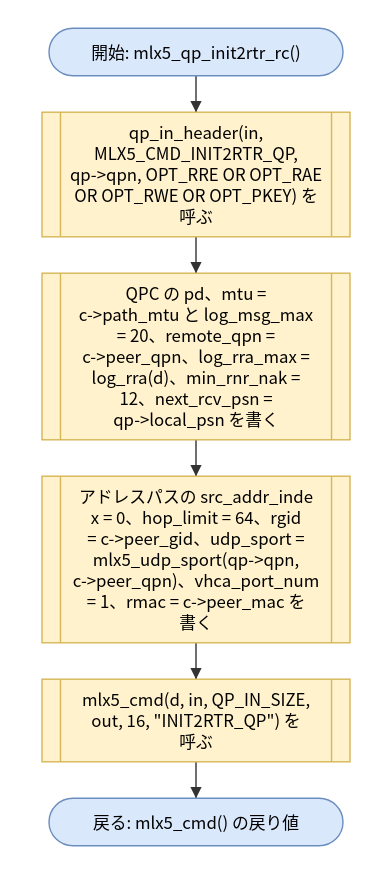
This is doc/spec/images/flow_src_mlx5_qp-mlx5_qp_init2rtr_rc.drawio.svg from hf355051012-ai/bfmem, a draw.io export, as it was before one commit. Source tidied: cells renumbered, new cells last; positions are measured from the earlier drawing's top-left corner, leaving out a move shared by most shapes. Its diagram source:
```xml
<mxGraphModel>
  <root>
    <mxCell id="0" />
    <mxCell id="1" parent="0" />
    <mxCell id="2" value="開始: mlx5_qp_init2rtr_rc()" style="rounded=1;arcSize=50;whiteSpace=wrap;html=1;fillColor=#dae8fc;strokeColor=#6c8ebf;" parent="1" vertex="1">
      <mxGeometry x="5" width="210" height="34" as="geometry" />
    </mxCell>
    <mxCell id="3" value="qp_in_header(in,&lt;br&gt;MLX5_CMD_INIT2RTR_QP,&lt;br&gt;qp-&amp;gt;qpn, OPT_RRE OR OPT_RAE&lt;br&gt;OR OPT_RWE OR OPT_PKEY) を&lt;br&gt;呼ぶ" style="shape=process;whiteSpace=wrap;html=1;backgroundOutline=1;size=0.06;fillColor=#fff2cc;strokeColor=#d6b656;" parent="1" vertex="1">
      <mxGeometry y="60" width="220" height="89" as="geometry" />
    </mxCell>
    <mxCell id="4" value="QPC の pd、mtu =&lt;br&gt;c-&amp;gt;path_mtu と log_msg_max&lt;br&gt;= 20、remote_qpn =&lt;br&gt;c-&amp;gt;peer_qpn、log_rra_max =&lt;br&gt;log_rra(d)、min_rnr_nak =&lt;br&gt;12、next_rcv_psn =&lt;br&gt;qp-&amp;gt;local_psn を書く" style="shape=process;whiteSpace=wrap;html=1;backgroundOutline=1;size=0.06;fillColor=#fff2cc;strokeColor=#d6b656;" parent="1" vertex="1">
      <mxGeometry y="175" width="220" height="119" as="geometry" />
    </mxCell>
    <mxCell id="5" value="アドレスパスの src_addr_inde&lt;br&gt;x = 0、hop_limit = 64、rgid&lt;br&gt;= c-&amp;gt;peer_gid、udp_sport =&lt;br&gt;mlx5_udp_sport(qp-&amp;gt;qpn,&lt;br&gt;c-&amp;gt;peer_qpn)、vhca_port_num&lt;br&gt;= 1、rmac = c-&amp;gt;peer_mac を&lt;br&gt;書く" style="shape=process;whiteSpace=wrap;html=1;backgroundOutline=1;size=0.06;fillColor=#fff2cc;strokeColor=#d6b656;" parent="1" vertex="1">
      <mxGeometry y="320" width="220" height="119" as="geometry" />
    </mxCell>
    <mxCell id="6" value="mlx5_cmd(d, in, QP_IN_SIZE,&lt;br&gt;out, 16, &amp;quot;INIT2RTR_QP&amp;quot;) を&lt;br&gt;呼ぶ" style="shape=process;whiteSpace=wrap;html=1;backgroundOutline=1;size=0.06;fillColor=#fff2cc;strokeColor=#d6b656;" parent="1" vertex="1">
      <mxGeometry y="465" width="220" height="59" as="geometry" />
    </mxCell>
    <mxCell id="7" value="戻る: mlx5_cmd() の戻り値" style="rounded=1;arcSize=50;whiteSpace=wrap;html=1;fillColor=#dae8fc;strokeColor=#6c8ebf;" parent="1" vertex="1">
      <mxGeometry x="5" y="550" width="210" height="34" as="geometry" />
    </mxCell>
    <mxCell id="8" style="edgeStyle=none;html=1;rounded=0;endArrow=block;endFill=1;exitX=0.5000;exitY=1.0000;exitDx=0;exitDy=0;exitPerimeter=0;entryX=0.5000;entryY=0.0000;entryDx=0;entryDy=0;entryPerimeter=0;" parent="1" edge="1" source="2" target="3">
      <mxGeometry relative="1" as="geometry" />
    </mxCell>
    <mxCell id="9" style="edgeStyle=none;html=1;rounded=0;endArrow=block;endFill=1;exitX=0.5000;exitY=1.0000;exitDx=0;exitDy=0;exitPerimeter=0;entryX=0.5000;entryY=0.0000;entryDx=0;entryDy=0;entryPerimeter=0;" parent="1" edge="1" source="3" target="4">
      <mxGeometry relative="1" as="geometry" />
    </mxCell>
    <mxCell id="10" style="edgeStyle=none;html=1;rounded=0;endArrow=block;endFill=1;exitX=0.5000;exitY=1.0000;exitDx=0;exitDy=0;exitPerimeter=0;entryX=0.5000;entryY=0.0000;entryDx=0;entryDy=0;entryPerimeter=0;" parent="1" edge="1" source="4" target="5">
      <mxGeometry relative="1" as="geometry" />
    </mxCell>
    <mxCell id="11" style="edgeStyle=none;html=1;rounded=0;endArrow=block;endFill=1;exitX=0.5000;exitY=1.0000;exitDx=0;exitDy=0;exitPerimeter=0;entryX=0.5000;entryY=0.0000;entryDx=0;entryDy=0;entryPerimeter=0;" parent="1" edge="1" source="5" target="6">
      <mxGeometry relative="1" as="geometry" />
    </mxCell>
    <mxCell id="12" style="edgeStyle=none;html=1;rounded=0;endArrow=block;endFill=1;exitX=0.5000;exitY=1.0000;exitDx=0;exitDy=0;exitPerimeter=0;entryX=0.5000;entryY=0.0000;entryDx=0;entryDy=0;entryPerimeter=0;" parent="1" edge="1" source="6" target="7">
      <mxGeometry relative="1" as="geometry" />
    </mxCell>
  </root>
</mxGraphModel>
```
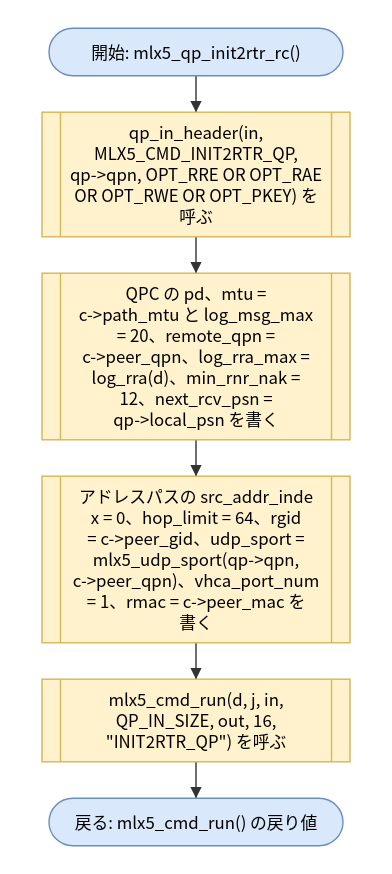
Later version of the same file.

What changed in the source:
```diff
@@ -14,10 +14,10 @@
     <mxCell id="5" value="アドレスパスの src_addr_inde&lt;br&gt;x = 0、hop_limit = 64、rgid&lt;br&gt;= c-&amp;gt;peer_gid、udp_sport =&lt;br&gt;mlx5_udp_sport(qp-&amp;gt;qpn,&lt;br&gt;c-&amp;gt;peer_qpn)、vhca_port_num&lt;br&gt;= 1、rmac = c-&amp;gt;peer_mac を&lt;br&gt;書く" style="shape=process;whiteSpace=wrap;html=1;backgroundOutline=1;size=0.06;fillColor=#fff2cc;strokeColor=#d6b656;" parent="1" vertex="1">
       <mxGeometry y="320" width="220" height="119" as="geometry" />
     </mxCell>
-    <mxCell id="6" value="mlx5_cmd(d, in, QP_IN_SIZE,&lt;br&gt;out, 16, &amp;quot;INIT2RTR_QP&amp;quot;) を&lt;br&gt;呼ぶ" style="shape=process;whiteSpace=wrap;html=1;backgroundOutline=1;size=0.06;fillColor=#fff2cc;strokeColor=#d6b656;" parent="1" vertex="1">
+    <mxCell id="6" value="mlx5_cmd_run(d, j, in,&lt;br&gt;QP_IN_SIZE, out, 16,&lt;br&gt;&amp;quot;INIT2RTR_QP&amp;quot;) を呼ぶ" style="shape=process;whiteSpace=wrap;html=1;backgroundOutline=1;size=0.06;fillColor=#fff2cc;strokeColor=#d6b656;" parent="1" vertex="1">
       <mxGeometry y="465" width="220" height="59" as="geometry" />
     </mxCell>
-    <mxCell id="7" value="戻る: mlx5_cmd() の戻り値" style="rounded=1;arcSize=50;whiteSpace=wrap;html=1;fillColor=#dae8fc;strokeColor=#6c8ebf;" parent="1" vertex="1">
+    <mxCell id="7" value="戻る: mlx5_cmd_run() の戻り値" style="rounded=1;arcSize=50;whiteSpace=wrap;html=1;fillColor=#dae8fc;strokeColor=#6c8ebf;" parent="1" vertex="1">
       <mxGeometry x="5" y="550" width="210" height="34" as="geometry" />
     </mxCell>
     <mxCell id="8" style="edgeStyle=none;html=1;rounded=0;endArrow=block;endFill=1;exitX=0.5000;exitY=1.0000;exitDx=0;exitDy=0;exitPerimeter=0;entryX=0.5000;entryY=0.0000;entryDx=0;entryDy=0;entryPerimeter=0;" parent="1" edge="1" source="2" target="3">
```
